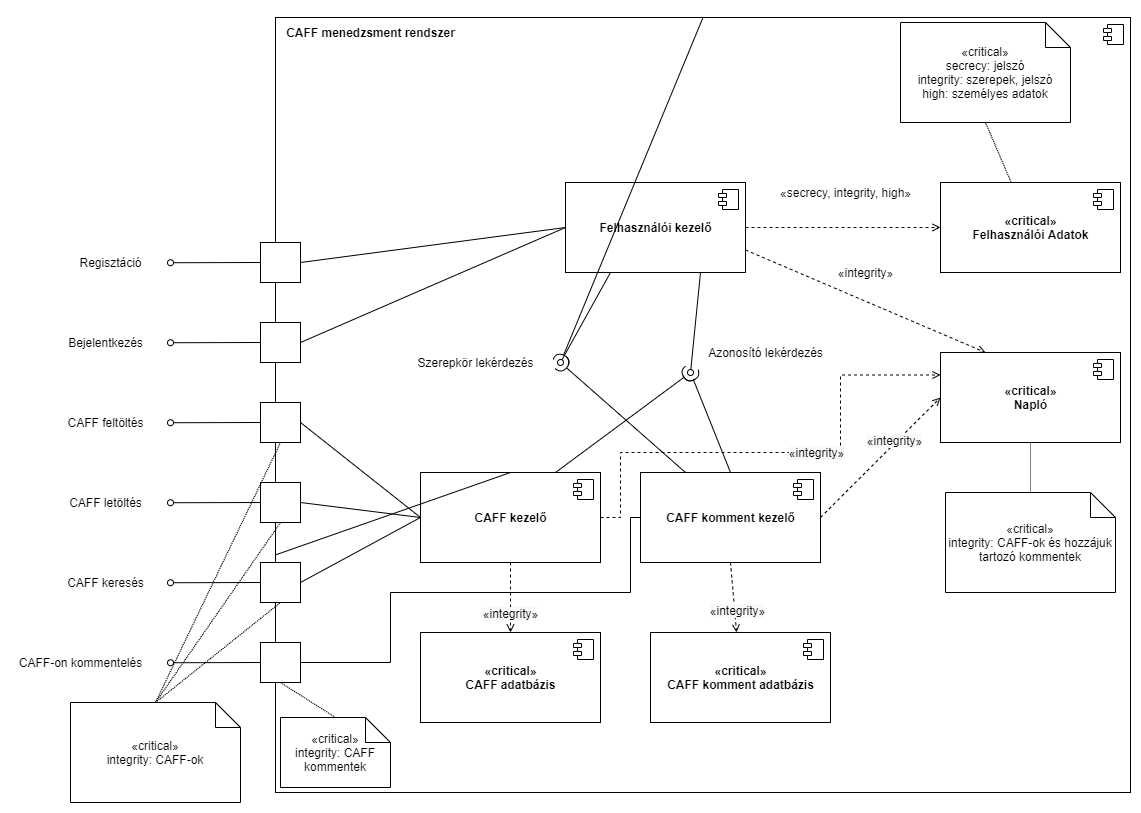
The draw.io diagram plans/komponensDiagUMLKiterjesztes.drawio.png in zuper1998/SzamBiztHF, before a commit. Source tidied: cells renumbered, new cells last; positions are measured from the earlier drawing's top-left corner, leaving out a move shared by most shapes.
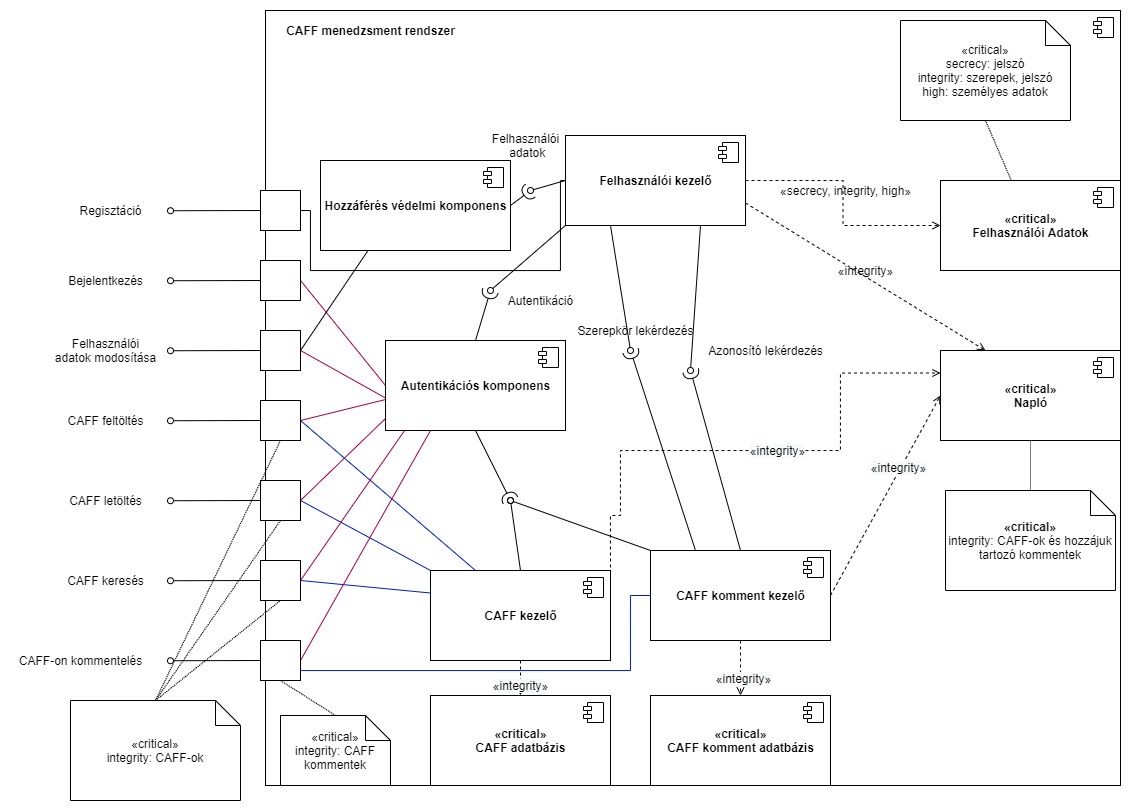
The same diagram one commit later.

Change to the diagram source:
```diff
@@ -5,3 +5,3 @@
     <mxCell id="2" style="html=1;" parent="1" vertex="1">
-      <mxGeometry x="265" width="855" height="775" as="geometry" />
+      <mxGeometry x="255" y="-5" width="855" height="775" as="geometry" />
     </mxCell>
@@ -17,3 +17,3 @@
       <mxGeometry relative="1" as="geometry">
-        <mxPoint x="550" y="345" as="targetPoint" />
+        <mxPoint x="620" y="335" as="targetPoint" />
       </mxGeometry>
@@ -23,4 +23,9 @@
     </mxCell>
+    <mxCell id="75" style="edgeStyle=none;rounded=0;jettySize=auto;html=1;exitX=0;exitY=1;exitDx=0;exitDy=0;endArrow=oval;endFill=0;strokeWidth=1;" parent="1" edge="1" source="7">
+      <mxGeometry relative="1" as="geometry">
+        <mxPoint x="480" y="275" as="targetPoint" />
+      </mxGeometry>
+    </mxCell>
     <mxCell id="7" value="Felhasználói kezelő" style="html=1;fontStyle=1;" parent="1" vertex="1">
-      <mxGeometry x="555" y="165" width="180" height="90" as="geometry" />
+      <mxGeometry x="555" y="120" width="180" height="90" as="geometry" />
     </mxCell>
@@ -45,12 +50,2 @@
     </mxCell>
-    <mxCell id="13" style="edgeStyle=none;rounded=0;jettySize=auto;html=1;exitX=0.5;exitY=0;exitDx=0;exitDy=0;endArrow=halfCircle;endFill=0;startArrow=none;" parent="1" edge="1" source="2">
-      <mxGeometry relative="1" as="geometry">
-        <mxPoint x="550" y="345" as="targetPoint" />
-      </mxGeometry>
-    </mxCell>
-    <mxCell id="14" style="edgeStyle=none;rounded=0;jettySize=auto;html=1;exitX=0.75;exitY=0;exitDx=0;exitDy=0;endArrow=halfCircle;endFill=0;" parent="1" edge="1" source="18">
-      <mxGeometry relative="1" as="geometry">
-        <mxPoint x="680" y="355" as="targetPoint" />
-      </mxGeometry>
-    </mxCell>
     <mxCell id="15" style="edgeStyle=orthogonalEdgeStyle;rounded=0;jettySize=auto;html=1;exitX=1;exitY=0.5;exitDx=0;exitDy=0;entryX=0;entryY=0.25;entryDx=0;entryDy=0;dashed=1;endArrow=open;endFill=0;" parent="1" edge="1" source="18" target="35">
@@ -71,4 +66,9 @@
     </mxCell>
+    <mxCell id="76" style="edgeStyle=none;rounded=0;jettySize=auto;html=1;exitX=0.5;exitY=0;exitDx=0;exitDy=0;endArrow=oval;endFill=0;strokeColor=#000000;strokeWidth=1;" parent="1" edge="1" source="18">
+      <mxGeometry relative="1" as="geometry">
+        <mxPoint x="500" y="485" as="targetPoint" />
+      </mxGeometry>
+    </mxCell>
     <mxCell id="18" value="CAFF kezelő" style="html=1;fontStyle=1;" parent="1" vertex="1">
-      <mxGeometry x="410" y="455" width="180" height="90" as="geometry" />
+      <mxGeometry x="420" y="555" width="180" height="90" as="geometry" />
     </mxCell>
@@ -87,3 +87,3 @@
       <mxGeometry relative="1" as="geometry">
-        <mxPoint x="550" y="345" as="targetPoint" />
+        <mxPoint x="620" y="335" as="targetPoint" />
       </mxGeometry>
@@ -101,4 +101,9 @@
     </mxCell>
+    <mxCell id="77" style="edgeStyle=none;rounded=0;jettySize=auto;html=1;exitX=0;exitY=0;exitDx=0;exitDy=0;endArrow=oval;endFill=0;strokeColor=#000000;strokeWidth=1;" parent="1" edge="1" source="26">
+      <mxGeometry relative="1" as="geometry">
+        <mxPoint x="500" y="485" as="targetPoint" />
+      </mxGeometry>
+    </mxCell>
     <mxCell id="26" value="CAFF komment kezelő" style="html=1;fontStyle=1;" parent="1" vertex="1">
-      <mxGeometry x="630" y="455" width="180" height="90" as="geometry" />
+      <mxGeometry x="640" y="535" width="180" height="90" as="geometry" />
     </mxCell>
@@ -110,3 +115,3 @@
     <mxCell id="28" value="«critical»&lt;br&gt;CAFF adatbázis" style="html=1;fontStyle=1;" parent="1" vertex="1">
-      <mxGeometry x="410" y="615" width="180" height="90" as="geometry" />
+      <mxGeometry x="420" y="680" width="180" height="90" as="geometry" />
     </mxCell>
@@ -118,3 +123,3 @@
     <mxCell id="30" value="«critical»&lt;br&gt;CAFF komment adatbázis" style="html=1;fontStyle=1;" parent="1" vertex="1">
-      <mxGeometry x="640" y="615" width="180" height="90" as="geometry" />
+      <mxGeometry x="640" y="680" width="180" height="90" as="geometry" />
     </mxCell>
@@ -134,3 +139,3 @@
     <mxCell id="34" value="Szerepkör lekérdezés" style="text;html=1;align=center;verticalAlign=middle;strokeColor=none;fillColor=none;" parent="1" vertex="1">
-      <mxGeometry x="400" y="335" width="130" height="20" as="geometry" />
+      <mxGeometry x="560" y="305" width="130" height="20" as="geometry" />
     </mxCell>
@@ -149,10 +154,17 @@
       <mxGeometry relative="1" as="geometry">
-        <mxPoint x="160" y="245.2" as="targetPoint" />
+        <mxPoint x="160" y="195.2" as="targetPoint" />
       </mxGeometry>
     </mxCell>
-    <mxCell id="39" style="edgeStyle=none;rounded=0;jettySize=auto;html=1;exitX=1;exitY=0.5;exitDx=0;exitDy=0;entryX=0;entryY=0.5;entryDx=0;entryDy=0;endArrow=none;endFill=0;" parent="1" edge="1" source="40" target="7">
-      <mxGeometry relative="1" as="geometry" />
+    <mxCell id="39" style="edgeStyle=orthogonalEdgeStyle;rounded=0;jettySize=auto;html=1;exitX=1;exitY=0.5;exitDx=0;exitDy=0;entryX=0;entryY=0.5;entryDx=0;entryDy=0;endArrow=none;endFill=0;" parent="1" edge="1" source="40" target="7">
+      <mxGeometry relative="1" as="geometry">
+        <Array as="points">
+          <mxPoint x="300" y="195" />
+          <mxPoint x="300" y="255" />
+          <mxPoint x="550" y="255" />
+          <mxPoint x="550" y="165" />
+        </Array>
+      </mxGeometry>
     </mxCell>
     <mxCell id="40" style="whiteSpace=wrap;html=1;" parent="1" vertex="1">
-      <mxGeometry x="250" y="225" width="40" height="40" as="geometry" />
+      <mxGeometry x="250" y="175" width="40" height="40" as="geometry" />
     </mxCell>
@@ -160,10 +172,10 @@
       <mxGeometry relative="1" as="geometry">
-        <mxPoint x="160" y="325.2" as="targetPoint" />
+        <mxPoint x="160" y="265.2" as="targetPoint" />
       </mxGeometry>
     </mxCell>
-    <mxCell id="42" style="edgeStyle=none;rounded=0;jettySize=auto;html=1;exitX=1;exitY=0.5;exitDx=0;exitDy=0;entryX=0;entryY=0.5;entryDx=0;entryDy=0;endArrow=none;endFill=0;" parent="1" edge="1" source="43" target="7">
-      <mxGeometry relative="1" as="geometry" />
-    </mxCell>
+    <mxCell id="78" style="edgeStyle=none;rounded=0;jettySize=auto;html=1;exitX=1;exitY=0.5;exitDx=0;exitDy=0;entryX=0;entryY=0.5;entryDx=0;entryDy=0;endArrow=none;endFill=0;fillColor=#d80073;strokeColor=#A50040;strokeWidth=1;" parent="1" edge="1" source="43" target="85">
+      <mxGeometry relative="1" as="geometry" />
+    </mxCell>
     <mxCell id="43" style="whiteSpace=wrap;html=1;" parent="1" vertex="1">
-      <mxGeometry x="250" y="305" width="40" height="40" as="geometry" />
+      <mxGeometry x="250" y="245" width="40" height="40" as="geometry" />
     </mxCell>
@@ -174,3 +186,6 @@
     </mxCell>
+    <mxCell id="79" style="edgeStyle=none;rounded=0;jettySize=auto;html=1;exitX=1;exitY=0.5;exitDx=0;exitDy=0;entryX=0;entryY=0.656;entryDx=0;entryDy=0;entryPerimeter=0;endArrow=none;endFill=0;fillColor=#d80073;strokeColor=#A50040;strokeWidth=1;" parent="1" edge="1" source="46" target="85">
+      <mxGeometry relative="1" as="geometry" />
+    </mxCell>
-    <mxCell id="45" style="edgeStyle=none;rounded=0;jettySize=auto;html=1;exitX=1;exitY=0.5;exitDx=0;exitDy=0;entryX=0;entryY=0.5;entryDx=0;entryDy=0;endArrow=none;endFill=0;" parent="1" edge="1" source="46" target="18">
+    <mxCell id="45" style="edgeStyle=none;rounded=0;jettySize=auto;html=1;exitX=1;exitY=0.5;exitDx=0;exitDy=0;entryX=0.25;entryY=0;entryDx=0;entryDy=0;endArrow=none;endFill=0;strokeColor=#001DBC;strokeWidth=1;fillColor=#0050ef;" parent="1" edge="1" source="46" target="18">
       <mxGeometry relative="1" as="geometry" />
@@ -185,3 +200,6 @@
     </mxCell>
+    <mxCell id="80" style="edgeStyle=none;rounded=0;jettySize=auto;html=1;exitX=1;exitY=0.5;exitDx=0;exitDy=0;entryX=0;entryY=0.867;entryDx=0;entryDy=0;entryPerimeter=0;endArrow=none;endFill=0;fillColor=#d80073;strokeColor=#A50040;strokeWidth=1;" parent="1" edge="1" source="49" target="85">
+      <mxGeometry relative="1" as="geometry" />
+    </mxCell>
-    <mxCell id="48" style="edgeStyle=none;rounded=0;jettySize=auto;html=1;exitX=1;exitY=0.5;exitDx=0;exitDy=0;entryX=0;entryY=0.5;entryDx=0;entryDy=0;endArrow=none;endFill=0;" parent="1" edge="1" source="49" target="18">
+    <mxCell id="48" style="edgeStyle=none;rounded=0;jettySize=auto;html=1;exitX=1;exitY=0.5;exitDx=0;exitDy=0;entryX=0;entryY=0;entryDx=0;entryDy=0;endArrow=none;endFill=0;strokeColor=#001DBC;strokeWidth=1;fillColor=#0050ef;" parent="1" edge="1" source="49" target="18">
       <mxGeometry relative="1" as="geometry" />
@@ -196,3 +214,6 @@
     </mxCell>
+    <mxCell id="81" style="edgeStyle=none;rounded=0;jettySize=auto;html=1;exitX=1;exitY=0.5;exitDx=0;exitDy=0;entryX=0.106;entryY=1;entryDx=0;entryDy=0;entryPerimeter=0;endArrow=none;endFill=0;fillColor=#d80073;strokeColor=#A50040;strokeWidth=1;" parent="1" edge="1" source="52" target="85">
+      <mxGeometry relative="1" as="geometry" />
+    </mxCell>
-    <mxCell id="51" style="edgeStyle=none;rounded=0;jettySize=auto;html=1;exitX=1;exitY=0.5;exitDx=0;exitDy=0;entryX=0;entryY=0.5;entryDx=0;entryDy=0;endArrow=none;endFill=0;" parent="1" edge="1" source="52" target="18">
+    <mxCell id="51" style="edgeStyle=none;rounded=0;jettySize=auto;html=1;exitX=1;exitY=0.5;exitDx=0;exitDy=0;entryX=0;entryY=0.25;entryDx=0;entryDy=0;endArrow=none;endFill=0;strokeColor=#001DBC;strokeWidth=1;fillColor=#0050ef;" parent="1" edge="1" source="52" target="18">
       <mxGeometry relative="1" as="geometry" />
@@ -207,9 +228,8 @@
     </mxCell>
-    <mxCell id="54" style="edgeStyle=orthogonalEdgeStyle;rounded=0;jettySize=auto;html=1;exitX=1;exitY=0.5;exitDx=0;exitDy=0;entryX=0;entryY=0.5;entryDx=0;entryDy=0;endArrow=none;endFill=0;" parent="1" edge="1" source="55" target="26">
+    <mxCell id="54" style="edgeStyle=orthogonalEdgeStyle;rounded=0;jettySize=auto;html=1;exitX=1;exitY=0.5;exitDx=0;exitDy=0;entryX=0;entryY=0.5;entryDx=0;entryDy=0;endArrow=none;endFill=0;fillColor=#0050ef;strokeColor=#001DBC;" parent="1" edge="1" source="55" target="26">
       <mxGeometry relative="1" as="geometry">
         <Array as="points">
-          <mxPoint x="380" y="645" />
-          <mxPoint x="380" y="575" />
-          <mxPoint x="620" y="575" />
-          <mxPoint x="620" y="500" />
+          <mxPoint x="290" y="655" />
+          <mxPoint x="620" y="655" />
+          <mxPoint x="620" y="580" />
         </Array>
@@ -217,2 +237,5 @@
     </mxCell>
+    <mxCell id="82" style="edgeStyle=none;rounded=0;jettySize=auto;html=1;exitX=1;exitY=0.5;exitDx=0;exitDy=0;entryX=0.25;entryY=1;entryDx=0;entryDy=0;endArrow=none;endFill=0;fillColor=#d80073;strokeColor=#A50040;strokeWidth=1;" parent="1" edge="1" source="55" target="85">
+      <mxGeometry relative="1" as="geometry" />
+    </mxCell>
     <mxCell id="55" style="whiteSpace=wrap;html=1;" parent="1" vertex="1">
@@ -221,6 +244,6 @@
     <mxCell id="56" value="Regisztáció" style="text;html=1;align=center;verticalAlign=middle;strokeColor=none;fillColor=none;" parent="1" vertex="1">
-      <mxGeometry x="60" y="235" width="80" height="20" as="geometry" />
+      <mxGeometry x="60" y="185" width="80" height="20" as="geometry" />
     </mxCell>
     <mxCell id="57" value="Bejelentkezés" style="text;html=1;align=center;verticalAlign=middle;strokeColor=none;fillColor=none;" parent="1" vertex="1">
-      <mxGeometry x="50" y="315" width="90" height="20" as="geometry" />
+      <mxGeometry x="50" y="255" width="90" height="20" as="geometry" />
     </mxCell>
@@ -253,3 +276,3 @@
     </mxCell>
-    <mxCell id="67" value="«critical»&lt;br&gt;integrity: CAFF-ok és hozzájuk tartozó kommentek" style="shape=note2;boundedLbl=1;whiteSpace=wrap;html=1;size=25;verticalAlign=middle;align=center;horizontal=1;labelPosition=center;verticalLabelPosition=middle;" parent="1" vertex="1">
+    <mxCell id="67" value="&lt;b&gt;«critical»&lt;/b&gt;&lt;br&gt;integrity: CAFF-ok és hozzájuk tartozó kommentek" style="shape=note2;boundedLbl=1;whiteSpace=wrap;html=1;size=25;verticalAlign=middle;align=center;horizontal=1;labelPosition=center;verticalLabelPosition=middle;" parent="1" vertex="1">
       <mxGeometry x="935" y="475" width="170" height="100" as="geometry" />
@@ -274,5 +297,61 @@
     </mxCell>
-    <mxCell id="74" style="edgeStyle=none;rounded=0;jettySize=auto;html=1;exitX=0.5;exitY=0;exitDx=0;exitDy=0;endArrow=none;endFill=0;" parent="1" edge="1" source="18" target="2">
-      <mxGeometry relative="1" as="geometry" />
-    </mxCell>
+    <mxCell id="83" style="edgeStyle=none;rounded=0;jettySize=auto;html=1;exitX=0.5;exitY=0;exitDx=0;exitDy=0;endArrow=halfCircle;endFill=0;strokeWidth=1;" parent="1" edge="1" source="85">
+      <mxGeometry relative="1" as="geometry">
+        <mxPoint x="480" y="275" as="targetPoint" />
+      </mxGeometry>
+    </mxCell>
+    <mxCell id="84" style="edgeStyle=none;rounded=0;jettySize=auto;html=1;exitX=0.5;exitY=1;exitDx=0;exitDy=0;endArrow=halfCircle;endFill=0;strokeColor=#000000;strokeWidth=1;" parent="1" edge="1" source="85">
+      <mxGeometry relative="1" as="geometry">
+        <mxPoint x="500" y="485" as="targetPoint" />
+      </mxGeometry>
+    </mxCell>
+    <mxCell id="85" value="Autentikációs komponens" style="html=1;fontStyle=1;" parent="1" vertex="1">
+      <mxGeometry x="375" y="325" width="180" height="90" as="geometry" />
+    </mxCell>
+    <mxCell id="86" style="shape=module;jettyWidth=8;jettyHeight=4;" parent="85" vertex="1">
+      <mxGeometry x="1" width="20" height="20" relative="1" as="geometry">
+        <mxPoint x="-27" y="7" as="offset" />
+      </mxGeometry>
+    </mxCell>
+    <mxCell id="87" value="Autentikáció" style="text;html=1;align=center;verticalAlign=middle;strokeColor=none;fillColor=none;" parent="1" vertex="1">
+      <mxGeometry x="490" y="275" width="80" height="20" as="geometry" />
+    </mxCell>
+    <mxCell id="88" style="edgeStyle=none;rounded=0;jettySize=auto;html=1;exitX=1;exitY=0.5;exitDx=0;exitDy=0;entryX=0;entryY=0.639;entryDx=0;entryDy=0;entryPerimeter=0;endArrow=none;endFill=0;strokeColor=#A50040;strokeWidth=1;fillColor=#d80073;" parent="1" edge="1" source="90" target="85">
+      <mxGeometry relative="1" as="geometry" />
+    </mxCell>
+    <mxCell id="89" style="edgeStyle=none;rounded=0;jettySize=auto;html=1;exitX=1;exitY=0.5;exitDx=0;exitDy=0;entryX=0.25;entryY=1;entryDx=0;entryDy=0;endArrow=none;endFill=0;strokeColor=#000000;strokeWidth=1;fillColor=#0050ef;" parent="1" edge="1" source="90" target="94">
+      <mxGeometry relative="1" as="geometry" />
+    </mxCell>
+    <mxCell id="90" style="whiteSpace=wrap;html=1;" parent="1" vertex="1">
+      <mxGeometry x="250" y="315" width="40" height="40" as="geometry" />
+    </mxCell>
+    <mxCell id="91" style="edgeStyle=none;rounded=0;jettySize=auto;html=1;exitX=0;exitY=0.5;exitDx=0;exitDy=0;endArrow=oval;endFill=0;" parent="1" edge="1" source="90">
+      <mxGeometry relative="1" as="geometry">
+        <mxPoint x="160" y="335.2" as="targetPoint" />
+      </mxGeometry>
+    </mxCell>
+    <mxCell id="92" value="Felhasználói&lt;br&gt;adatok&amp;nbsp;modosítása" style="text;html=1;align=center;verticalAlign=middle;strokeColor=none;fillColor=none;" parent="1" vertex="1">
+      <mxGeometry x="35" y="320" width="120" height="30" as="geometry" />
+    </mxCell>
+    <mxCell id="93" style="edgeStyle=none;rounded=0;jettySize=auto;html=1;exitX=1;exitY=0.5;exitDx=0;exitDy=0;endArrow=halfCircle;endFill=0;strokeColor=#000000;strokeWidth=1;" parent="1" edge="1" source="94">
+      <mxGeometry relative="1" as="geometry">
+        <mxPoint x="520" y="175" as="targetPoint" />
+      </mxGeometry>
+    </mxCell>
+    <mxCell id="94" value="Hozzáférés védelmi komponens" style="html=1;fontStyle=1;" parent="1" vertex="1">
+      <mxGeometry x="310" y="145" width="190" height="90" as="geometry" />
+    </mxCell>
+    <mxCell id="95" style="shape=module;jettyWidth=8;jettyHeight=4;" parent="94" vertex="1">
+      <mxGeometry x="1" width="20" height="20" relative="1" as="geometry">
+        <mxPoint x="-27" y="7" as="offset" />
+      </mxGeometry>
+    </mxCell>
+    <mxCell id="96" style="edgeStyle=none;rounded=0;jettySize=auto;html=1;exitX=0;exitY=0.5;exitDx=0;exitDy=0;endArrow=oval;endFill=0;strokeWidth=1;" parent="1" edge="1" source="7">
+      <mxGeometry relative="1" as="geometry">
+        <mxPoint x="520" y="175" as="targetPoint" />
+      </mxGeometry>
+    </mxCell>
+    <mxCell id="97" value="Felhasználói&lt;br&gt;&amp;nbsp;adatok" style="text;html=1;align=center;verticalAlign=middle;strokeColor=none;fillColor=none;" parent="1" vertex="1">
+      <mxGeometry x="475" y="115" width="80" height="30" as="geometry" />
+    </mxCell>
   </root>
```
